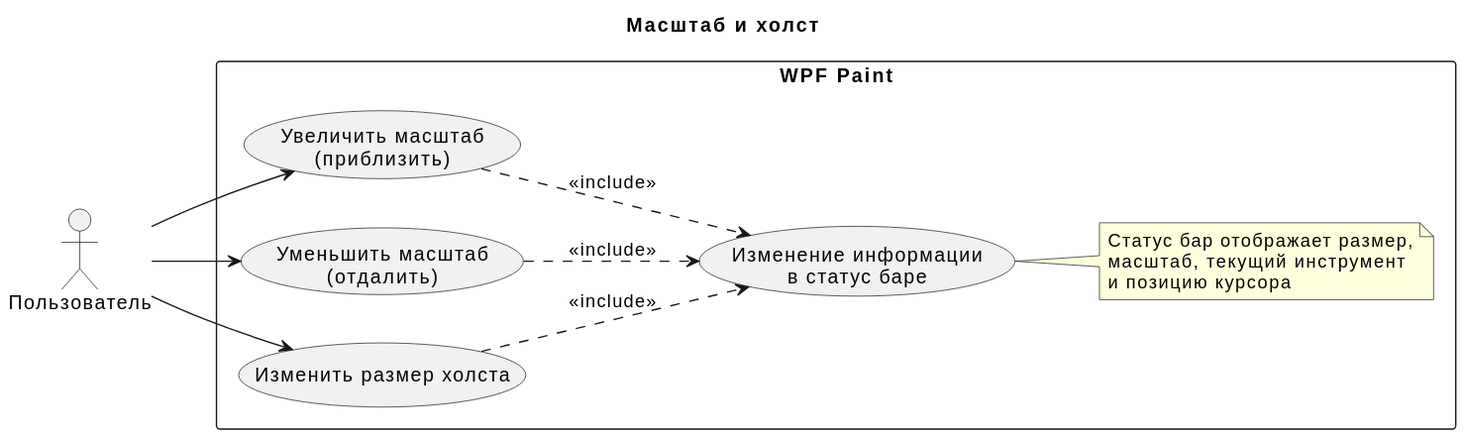
Before: UML/Масштаб и холст.svg, a diagram exported from PlantUML (ObemaM/WPFPaint). Its diagram source:
```plantuml
@startuml
title Масштаб и холст
left to right direction

actor Пользователь

rectangle "WPF Paint" {
    usecase "Увеличить масштаб\n(приблизить)" as UC_ZoomIn
    usecase "Уменьшить масштаб\n(отдалить)" as UC_ZoomOut
    usecase "Изменить размер холста" as UC_Resize
    usecase "Изменение информации\nв статус баре" as UC_Info

    note right of UC_Info
        Статус бар отображает размер,
        масштаб, текущий инструмент
        и позицию курсора
    end note
}

Пользователь --> UC_ZoomIn
Пользователь --> UC_ZoomOut
Пользователь --> UC_Resize

UC_ZoomIn ..> UC_Info : <<include>>
UC_ZoomOut ..> UC_Info : <<include>>
UC_Resize ..> UC_Info : <<include>>
@enduml
```
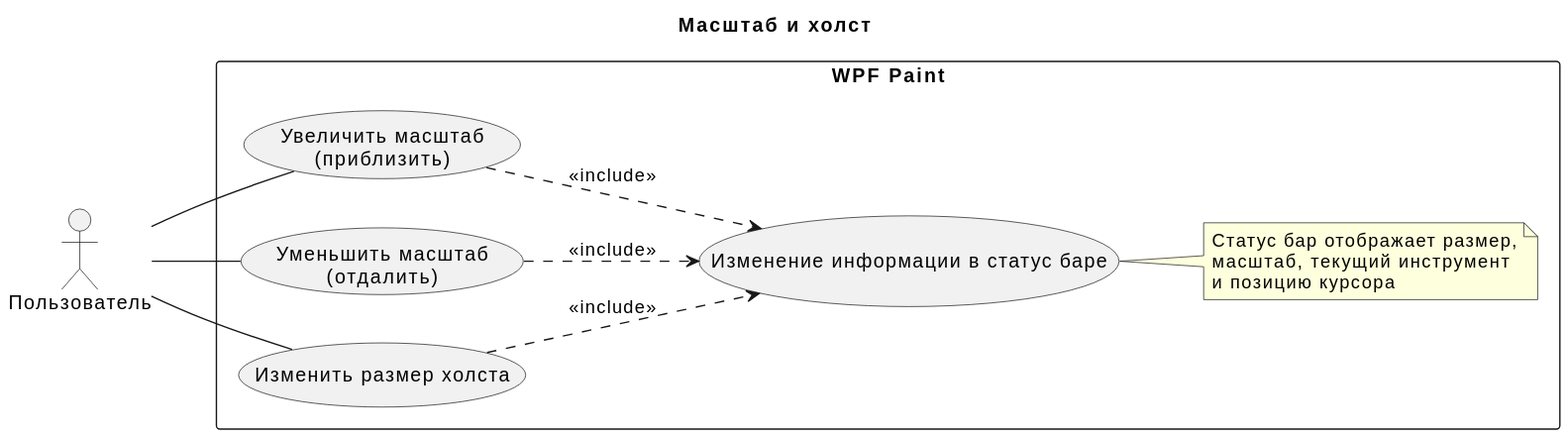
Later version of the same file.

What changed in the source:
```diff
@@ -8,7 +8,7 @@
     usecase "Увеличить масштаб\n(приблизить)" as UC_ZoomIn
     usecase "Уменьшить масштаб\n(отдалить)" as UC_ZoomOut
     usecase "Изменить размер холста" as UC_Resize
-    usecase "Изменение информации\nв статус баре" as UC_Info
+    usecase "Изменение информации в статус баре" as UC_Info
 
     note right of UC_Info
         Статус бар отображает размер,
@@ -17,9 +17,9 @@
     end note
 }
 
-Пользователь --> UC_ZoomIn
-Пользователь --> UC_ZoomOut
-Пользователь --> UC_Resize
+Пользователь -- UC_ZoomIn
+Пользователь -- UC_ZoomOut
+Пользователь -- UC_Resize
 
 UC_ZoomIn ..> UC_Info : <<include>>
 UC_ZoomOut ..> UC_Info : <<include>>
```
